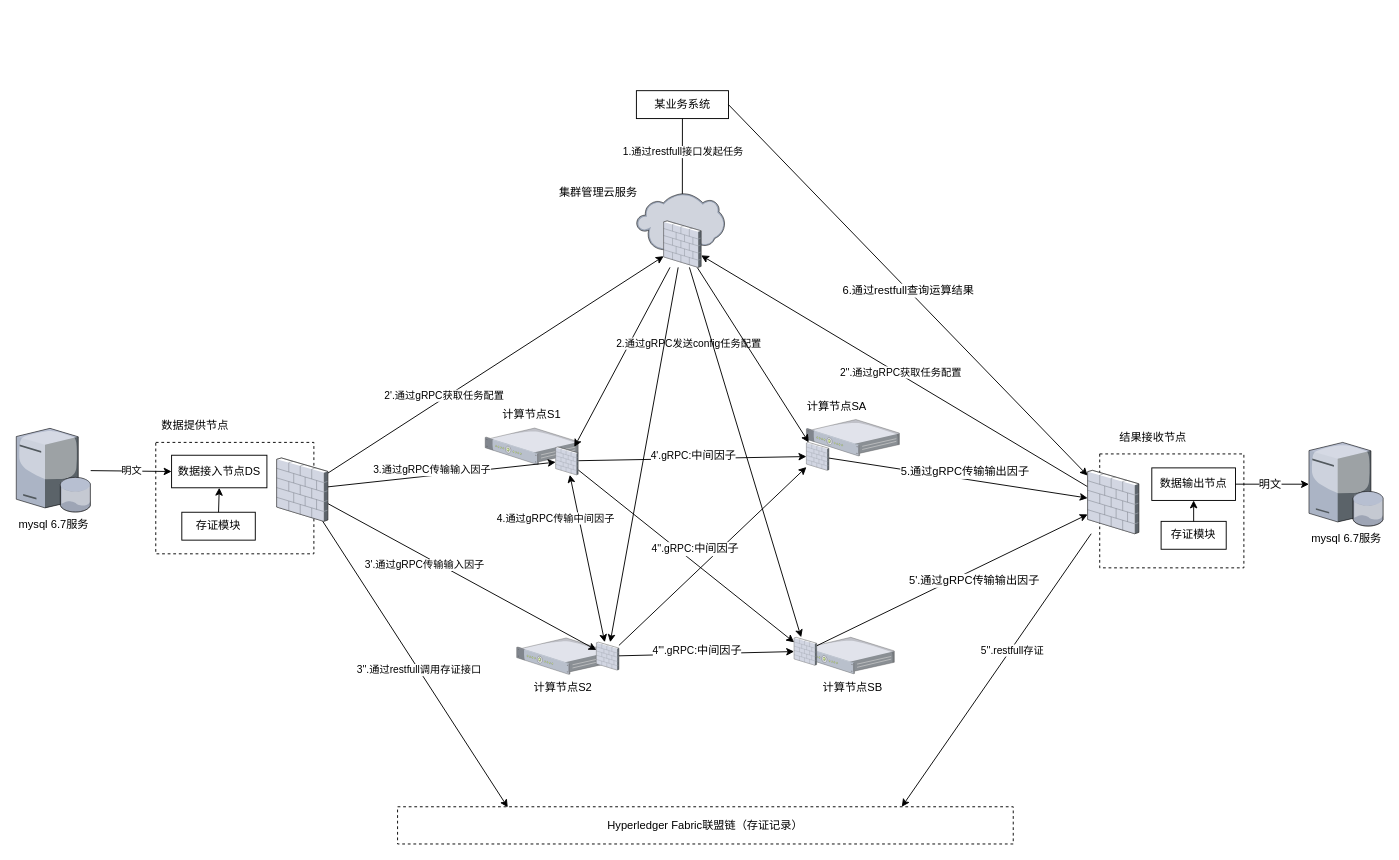
Earlier version of the draw.io diagram huifeng_deploy_2.drawio (yankaili2006/drawing_io). Source tidied: cells renumbered, new cells numbered last; positions are measured from the earlier drawing's top-left corner, leaving out a move shared by most shapes. Both pictures are drawn from the tidied source at 93%, with x=0, y=0 at pixel (16, 90).
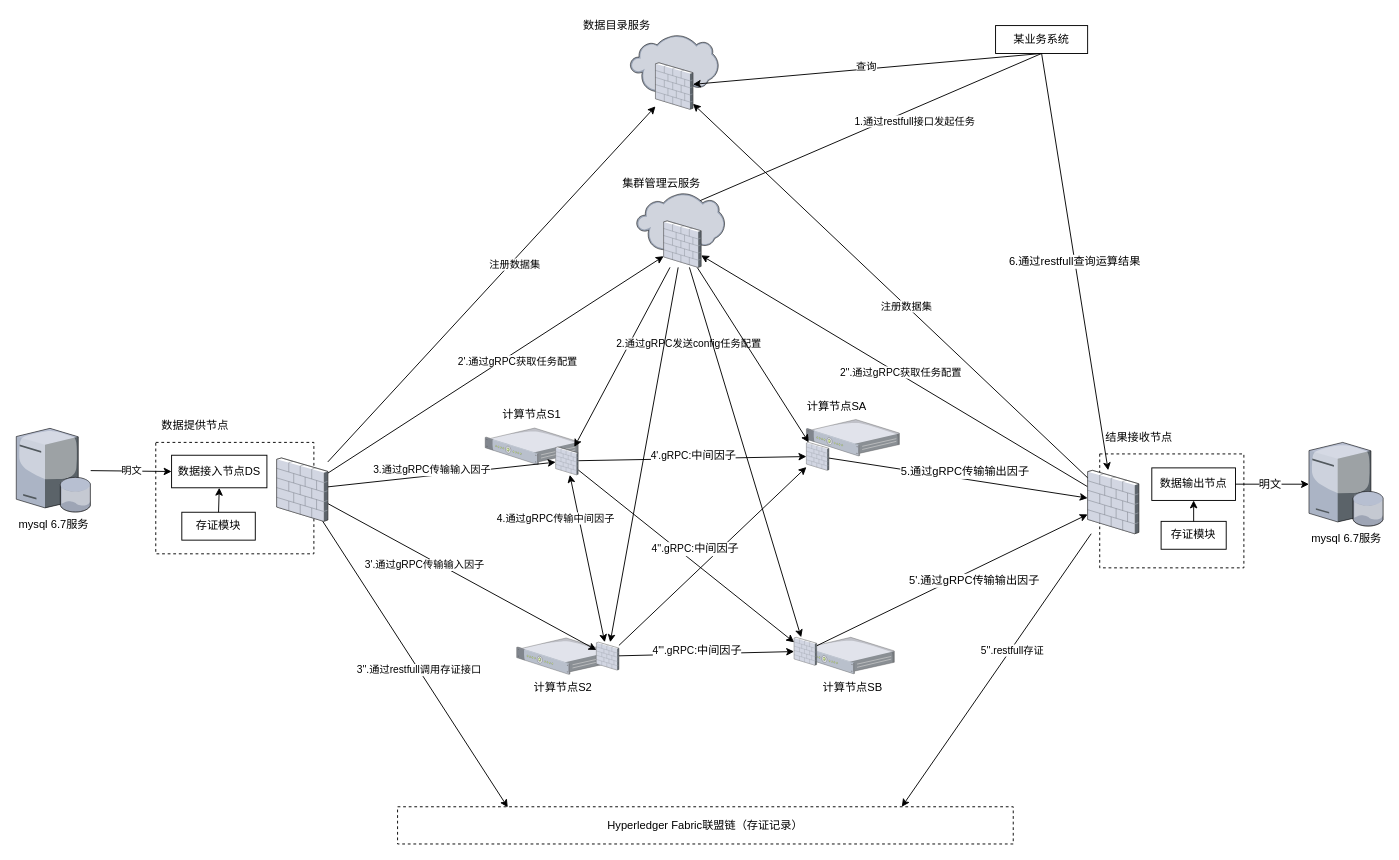
The same diagram, later.

The change refers to these unchanged cells:
```xml
<mxCell id="11" style="endArrow=classic;html=1;entryX=0.5;entryY=0;entryDx=0;entryDy=0;exitX=0.5;exitY=1;exitDx=0;exitDy=0;" parent="1" edge="1" source="8">
  <mxGeometry relative="1" as="geometry">
    <mxPoint x="716.2" y="126.5" as="targetPoint" />
  </mxGeometry>
</mxCell>
<mxCell id="43" style="endArrow=classic;html=1;" parent="1" edge="1" source="50" target="65">
  <mxGeometry relative="1" as="geometry" />
</mxCell>
<mxCell id="50" style="verticalLabelPosition=bottom;html=1;verticalAlign=top;strokeColor=none;align=center;outlineConnect=0;shape=mxgraph.citrix.firewall;" parent="1" vertex="1">
  <mxGeometry x="280" y="394.9" width="55" height="68.2" as="geometry" />
</mxCell>
<mxCell id="51" style="verticalLabelPosition=bottom;html=1;verticalAlign=top;strokeColor=none;align=center;outlineConnect=0;shape=mxgraph.citrix.firewall;" parent="1" vertex="1">
  <mxGeometry x="1152" y="408.2" width="55" height="68.2" as="geometry" />
</mxCell>
```

Change to the diagram source:
```diff
@@
     <mxCell id="8" value="某业务系统" style="rounded=0;whiteSpace=wrap;html=1;" parent="1" vertex="1">
-      <mxGeometry x="666.8" width="99" height="30" as="geometry" />
+      <mxGeometry x="1053" y="-70" width="99" height="30" as="geometry" />
     </mxCell>
@@
     <mxCell id="12" value="1.通过restfull接口发起任务" style="edgeLabel;html=1;align=center;verticalAlign=middle;" parent="11" vertex="1">
       <mxGeometry x="-0.28" y="-2" relative="1" as="geometry">
-        <mxPoint x="2" y="0.5" as="offset" />
+        <mxPoint x="2" y="15" as="offset" />
       </mxGeometry>
     </mxCell>
@@
     <mxCell id="31" value="结果接收节点" style="text;html=1;strokeColor=none;fillColor=none;align=center;verticalAlign=middle;whiteSpace=wrap;rounded=0;" parent="1" vertex="1">
-      <mxGeometry x="1175" y="363.1" width="94.5" height="20" as="geometry" />
+      <mxGeometry x="1160" y="363.1" width="94.5" height="20" as="geometry" />
     </mxCell>
@@
     <mxCell id="44" value="2'.通过gRPC获取任务配置" style="edgeLabel;html=1;align=center;verticalAlign=middle;" parent="43" vertex="1">
-      <mxGeometry x="-0.3" y="3" relative="1" as="geometry" />
+      <mxGeometry x="-0.3" y="3" relative="1" as="geometry">
+        <mxPoint x="78.7" y="-37.3" as="offset" />
+      </mxGeometry>
     </mxCell>
@@
-    <mxCell id="47" value="&lt;span style=&quot;font-size: 12px&quot;&gt;6.通过restfull查询运算结果&lt;/span&gt;" style="endArrow=classic;html=1;exitX=1;exitY=0.5;exitDx=0;exitDy=0;" parent="1" edge="1" source="8" target="51">
+    <mxCell id="47" value="&lt;span style=&quot;font-size: 12px&quot;&gt;6.通过restfull查询运算结果&lt;/span&gt;" style="endArrow=classic;html=1;exitX=0.5;exitY=1;exitDx=0;exitDy=0;" parent="1" edge="1" source="8" target="51">
       <mxGeometry relative="1" as="geometry" />
     </mxCell>
     <mxCell id="48" value="集群管理云服务" style="text;html=1;strokeColor=none;fillColor=none;align=center;verticalAlign=middle;whiteSpace=wrap;rounded=0;" parent="1" vertex="1">
-      <mxGeometry x="570" y="100" width="111.6" height="20" as="geometry" />
+      <mxGeometry x="638.1" y="90" width="111.6" height="20" as="geometry" />
     </mxCell>
@@
+    <mxCell id="66" style="verticalLabelPosition=bottom;html=1;verticalAlign=top;strokeColor=none;align=center;shape=mxgraph.citrix.cloud;" parent="1" vertex="1">
+      <mxGeometry x="660" y="-60" width="95" height="62" as="geometry" />
+    </mxCell>
+    <mxCell id="67" style="verticalLabelPosition=bottom;html=1;verticalAlign=top;strokeColor=none;align=center;outlineConnect=0;shape=mxgraph.citrix.firewall;" parent="1" vertex="1">
+      <mxGeometry x="687.3" y="-30" width="40.3" height="50" as="geometry" />
+    </mxCell>
+    <mxCell id="68" style="endArrow=classic;html=1;" parent="1" edge="1" source="50" target="67">
+      <mxGeometry relative="1" as="geometry" />
+    </mxCell>
+    <mxCell id="69" value="注册数据集" style="edgeLabel;html=1;align=center;verticalAlign=middle;" parent="68" vertex="1">
+      <mxGeometry x="0.12" y="-4" relative="1" as="geometry">
+        <mxPoint y="-1" as="offset" />
+      </mxGeometry>
+    </mxCell>
+    <mxCell id="70" value="数据目录服务" style="text;html=1;strokeColor=none;fillColor=none;align=center;verticalAlign=middle;whiteSpace=wrap;rounded=0;" parent="1" vertex="1">
+      <mxGeometry x="590" y="-80" width="111.6" height="20" as="geometry" />
+    </mxCell>
+    <mxCell id="71" style="endArrow=classic;html=1;exitX=0.5;exitY=1;exitDx=0;exitDy=0;" parent="1" edge="1" source="8" target="67">
+      <mxGeometry relative="1" as="geometry" />
+    </mxCell>
+    <mxCell id="72" value="查询" style="edgeLabel;html=1;align=center;verticalAlign=middle;" parent="71" vertex="1">
+      <mxGeometry y="-3" relative="1" as="geometry">
+        <mxPoint x="-1" as="offset" />
+      </mxGeometry>
+    </mxCell>
+    <mxCell id="73" style="endArrow=classic;html=1;" parent="1" edge="1" source="51" target="67">
+      <mxGeometry relative="1" as="geometry" />
+    </mxCell>
+    <mxCell id="74" value="注册数据集" style="edgeLabel;html=1;align=center;verticalAlign=middle;" parent="73" vertex="1">
+      <mxGeometry x="-0.08" relative="1" as="geometry" />
+    </mxCell>
```
